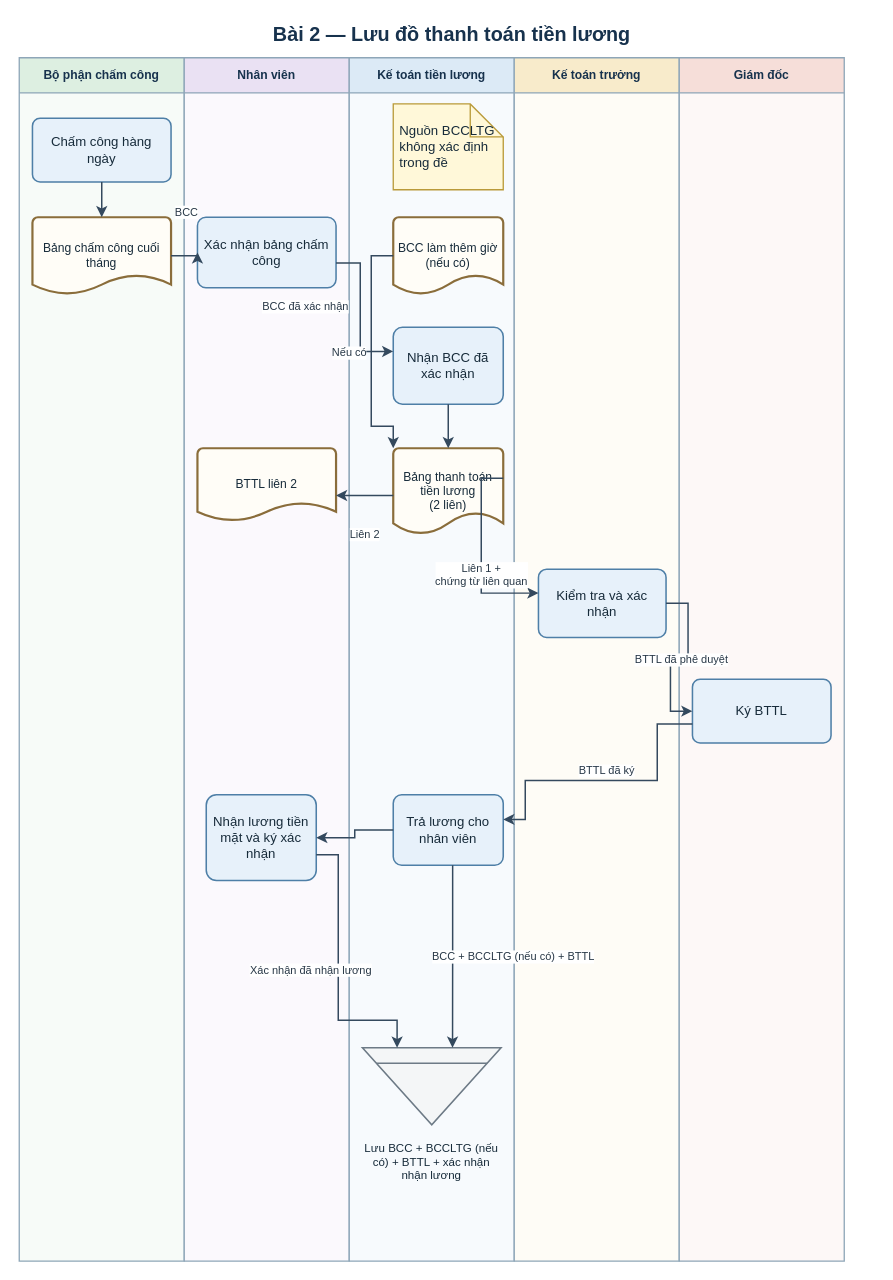
The draw.io diagram assets/drawio/02_payroll_payment_flow.drawio in saigonbaddielover/thtrang, before the edit. Source tidied: cells renumbered, new cells numbered last; positions are measured from the earlier drawing's top-left corner, leaving out a move shared by most shapes. Both pictures are drawn from the tidied source at 110%, with x=0, y=0 at pixel (19, 19).
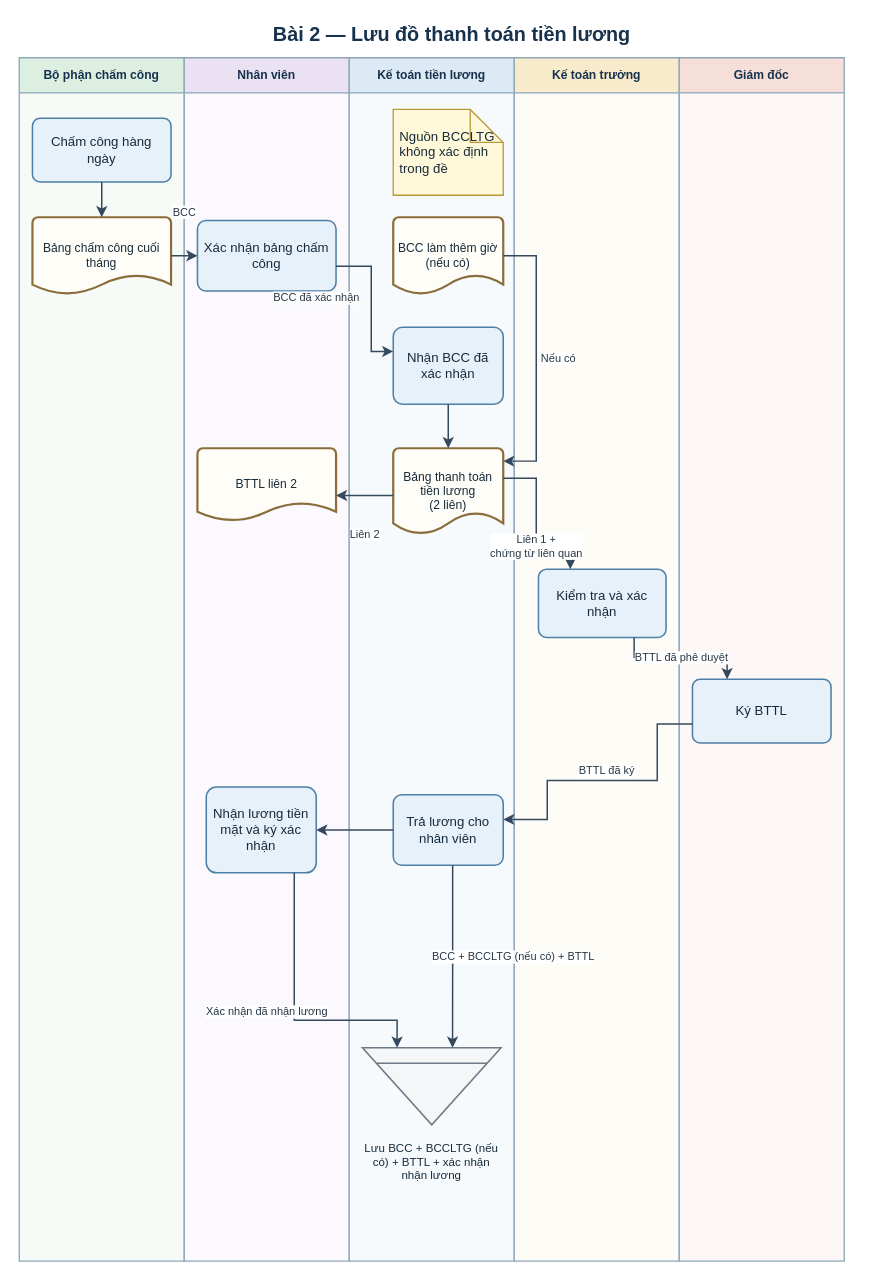
After the change.

The change refers to these unchanged cells:
```xml
<mxCell id="4" value="Nhân viên" style="swimlane;horizontal=1;startSize=32;html=1;whiteSpace=wrap;fontFamily=Arial;fontSize=11;fontStyle=1;fontColor=#17324D;align=center;verticalAlign=middle;rounded=0;fillColor=#EAE1F3;swimlaneFillColor=#FBF9FD;strokeColor=#8EA6B8;strokeWidth=1.2;" parent="1" vertex="1">
  <mxGeometry x="150" y="35" width="150" height="1094" as="geometry" />
</mxCell>
<mxCell id="5" value="Kế toán tiền lương" style="swimlane;horizontal=1;startSize=32;html=1;whiteSpace=wrap;fontFamily=Arial;fontSize=11;fontStyle=1;fontColor=#17324D;align=center;verticalAlign=middle;rounded=0;fillColor=#DCEAF6;swimlaneFillColor=#F7FAFD;strokeColor=#8EA6B8;strokeWidth=1.2;" parent="1" vertex="1">
  <mxGeometry x="300" y="35" width="150" height="1094" as="geometry" />
</mxCell>
<mxCell id="12" value="BCC làm thêm giờ&lt;br&gt;(nếu có)" style="strokeWidth=2;shape=mxgraph.flowchart.document2;size=0.25;html=1;whiteSpace=wrap;fontFamily=Arial;align=center;verticalAlign=middle;fontColor=#172B3A;fontSize=11;spacing=4;fillColor=#FFFDF7;strokeColor=#8A6D3B;" parent="5" vertex="1">
  <mxGeometry x="40" y="145" width="100" height="70" as="geometry" />
</mxCell>
<mxCell id="13" value="Nhận BCC đã xác nhận" style="rounded=1;arcSize=12;html=1;whiteSpace=wrap;fontFamily=Arial;align=center;verticalAlign=middle;fontColor=#172B3A; fontSize=11;spacing=5;fillColor=#E7F1FA;strokeColor=#4E7FA7;strokeWidth=1.4;" parent="5" vertex="1">
  <mxGeometry x="40" y="245" width="100" height="70" as="geometry" />
</mxCell>
<mxCell id="14" value="Bảng thanh toán tiền lương&lt;br&gt;(2 liên)" style="strokeWidth=2;shape=mxgraph.flowchart.document2;size=0.25;html=1;whiteSpace=wrap;fontFamily=Arial;align=center;verticalAlign=middle;fontColor=#172B3A;fontSize=11;spacing=4;fillColor=#FFFDF7;strokeColor=#8A6D3B;" parent="5" vertex="1">
  <mxGeometry x="40" y="355" width="100" height="78" as="geometry" />
</mxCell>
<mxCell id="16" value="Kiểm tra và xác nhận" style="rounded=1;arcSize=12;html=1;whiteSpace=wrap;fontFamily=Arial;align=center;verticalAlign=middle;fontColor=#172B3A; fontSize=11;spacing=5;fillColor=#E7F1FA;strokeColor=#4E7FA7;strokeWidth=1.4;" parent="6" vertex="1">
  <mxGeometry x="22" y="465" width="116" height="62" as="geometry" />
</mxCell>
<mxCell id="17" value="Ký BTTL" style="rounded=1;arcSize=12;html=1;whiteSpace=wrap;fontFamily=Arial;align=center;verticalAlign=middle;fontColor=#172B3A; fontSize=11;spacing=5;fillColor=#E7F1FA;strokeColor=#4E7FA7;strokeWidth=1.4;" parent="7" vertex="1">
  <mxGeometry x="12" y="565" width="126" height="58" as="geometry" />
</mxCell>
<mxCell id="18" value="Trả lương cho nhân viên" style="rounded=1;arcSize=12;html=1;whiteSpace=wrap;fontFamily=Arial;align=center;verticalAlign=middle;fontColor=#172B3A; fontSize=11;spacing=5;fillColor=#E7F1FA;strokeColor=#4E7FA7;strokeWidth=1.4;" parent="5" vertex="1">
  <mxGeometry x="40" y="670" width="100" height="64" as="geometry" />
</mxCell>
<mxCell id="20" value="Lưu BCC + BCCLTG (nếu có) + BTTL + xác nhận nhận lương" style="shape=mxgraph.dfd.archive;html=1;whiteSpace=wrap;fontFamily=Arial;align=center;verticalLabelPosition=bottom;verticalAlign=top;fontColor=#172B3A;fontSize=10.5;spacingTop=8;fillColor=#F4F6F7;strokeColor=#6D7A86;strokeWidth=1.4;" parent="5" vertex="1">
  <mxGeometry x="12" y="900" width="126" height="70" as="geometry" />
</mxCell>
```

Change to the diagram source:
```diff
@@
     <mxCell id="10" value="Xác nhận bảng chấm công" style="rounded=1;arcSize=12;html=1;whiteSpace=wrap;fontFamily=Arial;align=center;verticalAlign=middle;fontColor=#172B3A; fontSize=11;spacing=5;fillColor=#E7F1FA;strokeColor=#4E7FA7;strokeWidth=1.4;" parent="4" vertex="1">
-      <mxGeometry x="12" y="145" width="126" height="64" as="geometry" />
+      <mxGeometry x="12" y="148" width="126" height="64" as="geometry" />
     </mxCell>
     <mxCell id="11" value="Nguồn BCCLTG không xác định trong đề" style="shape=note;html=1;whiteSpace=wrap;fontFamily=Arial;align=center;verticalAlign=middle;fontColor=#172B3A; fontSize=10;align=left;spacing=6;fillColor=#FFF8D9;strokeColor=#B99A39;strokeWidth=1.2;" parent="5" vertex="1">
-      <mxGeometry x="40" y="42" width="100" height="78" as="geometry" />
+      <mxGeometry x="40" y="47" width="100" height="78" as="geometry" />
     </mxCell>
@@
     <mxCell id="19" value="Nhận lương tiền mặt và ký xác nhận" style="rounded=1;arcSize=12;html=1;whiteSpace=wrap;fontFamily=Arial;align=center;verticalAlign=middle;fontColor=#172B3A; fontSize=11;spacing=5;fillColor=#E7F1FA;strokeColor=#4E7FA7;strokeWidth=1.4;" parent="4" vertex="1">
-      <mxGeometry x="20" y="670" width="100" height="78" as="geometry" />
+      <mxGeometry x="20" y="663" width="100" height="78" as="geometry" />
     </mxCell>
@@
     <mxCell id="23" value="BCC đã xác nhận" style="edgeStyle=orthogonalEdgeStyle;rounded=0;jettySize=auto;html=1;fontFamily=Arial;fontSize=10;fontColor=#273746;labelBackgroundColor=#FFFFFF;strokeColor=#34495E;strokeWidth=1.35;endArrow=classic;endFill=1;exitX=1;exitY=0.65;entryX=0;entryY=0.314;" parent="1" edge="1" source="10" target="13">
       <mxGeometry relative="1" as="geometry">
         <Array as="points">
-          <mxPoint x="310" y="222" />
-          <mxPoint x="310" y="302" />
+          <mxPoint x="320" y="225" />
+          <mxPoint x="320" y="302" />
         </Array>
         <mxPoint x="-50" y="-5" as="offset" />
       </mxGeometry>
     </mxCell>
@@
-    <mxCell id="25" value="Nếu có" style="edgeStyle=orthogonalEdgeStyle;rounded=0;jettySize=auto;html=1;fontFamily=Arial;fontSize=10;fontColor=#273746;labelBackgroundColor=#FFFFFF;strokeColor=#34495E;strokeWidth=1.35;endArrow=classic;endFill=1;exitX=0;exitY=0.5;entryX=0;entryY=0;" parent="1" edge="1" source="12" target="14">
+    <mxCell id="25" value="Nếu có" style="edgeStyle=orthogonalEdgeStyle;rounded=0;jettySize=auto;html=1;fontFamily=Arial;fontSize=10;fontColor=#273746;labelBackgroundColor=#FFFFFF;strokeColor=#34495E;strokeWidth=1.35;endArrow=classic;endFill=1;exitX=1;exitY=0.5;entryX=1;entryY=0.15;" parent="1" edge="1" source="12" target="14">
       <mxGeometry relative="1" as="geometry">
         <Array as="points">
-          <mxPoint x="320" y="215" />
-          <mxPoint x="320" y="370" />
+          <mxPoint x="470" y="215" />
+          <mxPoint x="470" y="402" />
         </Array>
-        <mxPoint x="-20" as="offset" />
+        <mxPoint x="20" as="offset" />
       </mxGeometry>
     </mxCell>
@@
-    <mxCell id="27" value="Liên 1 +&lt;br&gt;chứng từ liên quan" style="edgeStyle=orthogonalEdgeStyle;rounded=0;jettySize=auto;html=1;fontFamily=Arial;fontSize=10;fontColor=#273746;labelBackgroundColor=#FFFFFF;strokeColor=#34495E;strokeWidth=1.35;endArrow=classic;endFill=1;exitX=1;exitY=0.35;entryX=0;entryY=0.35;" parent="1" edge="1" source="14" target="16">
+    <mxCell id="27" value="Liên 1 +&lt;br&gt;chứng từ liên quan" style="edgeStyle=orthogonalEdgeStyle;rounded=0;jettySize=auto;html=1;fontFamily=Arial;fontSize=10;fontColor=#273746;labelBackgroundColor=#FFFFFF;strokeColor=#34495E;strokeWidth=1.35;endArrow=classic;endFill=1;exitX=1;exitY=0.35;entryX=0.25;entryY=0;" parent="1" edge="1" source="14" target="16">
       <mxGeometry relative="1" as="geometry">
         <Array as="points">
-          <mxPoint x="420" y="417" />
-          <mxPoint x="420" y="522" />
+          <mxPoint x="470" y="417" />
+          <mxPoint x="470" y="480" />
+          <mxPoint x="501" y="480" />
         </Array>
         <mxPoint y="20" as="offset" />
       </mxGeometry>
     </mxCell>
-    <mxCell id="28" value="BTTL đã phê duyệt" style="edgeStyle=orthogonalEdgeStyle;rounded=0;jettySize=auto;html=1;fontFamily=Arial;fontSize=10;fontColor=#273746;labelBackgroundColor=#FFFFFF;strokeColor=#34495E;strokeWidth=1.35;endArrow=classic;endFill=1;exitX=1;exitY=0.5;entryX=0;entryY=0.5;" parent="1" edge="1" source="16" target="17">
-      <mxGeometry relative="1" as="geometry" />
+    <mxCell id="28" value="BTTL đã phê duyệt" style="edgeStyle=orthogonalEdgeStyle;rounded=0;jettySize=auto;html=1;fontFamily=Arial;fontSize=10;fontColor=#273746;labelBackgroundColor=#FFFFFF;strokeColor=#34495E;strokeWidth=1.35;endArrow=classic;endFill=1;exitX=0.75;exitY=1;entryX=0.25;entryY=0;" parent="1" edge="1" source="16" target="17">
+      <mxGeometry relative="1" as="geometry">
+        <Array as="points">
+          <mxPoint x="559" y="580" />
+          <mxPoint x="644" y="580" />
+        </Array>
+      </mxGeometry>
     </mxCell>
     <mxCell id="29" value="BTTL đã ký" style="edgeStyle=orthogonalEdgeStyle;rounded=0;jettySize=auto;html=1;fontFamily=Arial;fontSize=10;fontColor=#273746;labelBackgroundColor=#FFFFFF;strokeColor=#34495E;strokeWidth=1.35;endArrow=classic;endFill=1;exitX=0;exitY=0.7;entryX=1;entryY=0.35;" parent="1" edge="1" source="17" target="18">
       <mxGeometry relative="1" as="geometry">
         <Array as="points">
           <mxPoint x="580" y="640" />
           <mxPoint x="580" y="692" />
-          <mxPoint x="460" y="692" />
+          <mxPoint x="480" y="692" />
         </Array>
         <mxPoint y="-9" as="offset" />
       </mxGeometry>
     </mxCell>
@@
-    <mxCell id="31" value="Xác nhận đã nhận lương" style="edgeStyle=orthogonalEdgeStyle;rounded=0;jettySize=auto;html=1;fontFamily=Arial;fontSize=10;fontColor=#273746;labelBackgroundColor=#FFFFFF;strokeColor=#34495E;strokeWidth=1.35;endArrow=classic;endFill=1;exitX=1;exitY=0.7;entryX=0.25;entryY=0;" parent="1" edge="1" source="19" target="20">
+    <mxCell id="31" value="Xác nhận đã nhận lương" style="edgeStyle=orthogonalEdgeStyle;rounded=0;jettySize=auto;html=1;fontFamily=Arial;fontSize=10;fontColor=#273746;labelBackgroundColor=#FFFFFF;strokeColor=#34495E;strokeWidth=1.35;endArrow=classic;endFill=1;exitX=0.8;exitY=1;entryX=0.25;entryY=0;" parent="1" edge="1" source="19" target="20">
       <mxGeometry relative="1" as="geometry">
         <Array as="points">
-          <mxPoint x="290" y="760" />
-          <mxPoint x="290" y="910" />
+          <mxPoint x="250" y="910" />
+          <mxPoint x="344" y="910" />
         </Array>
         <mxPoint x="-25" as="offset" />
       </mxGeometry>
     </mxCell>
```
